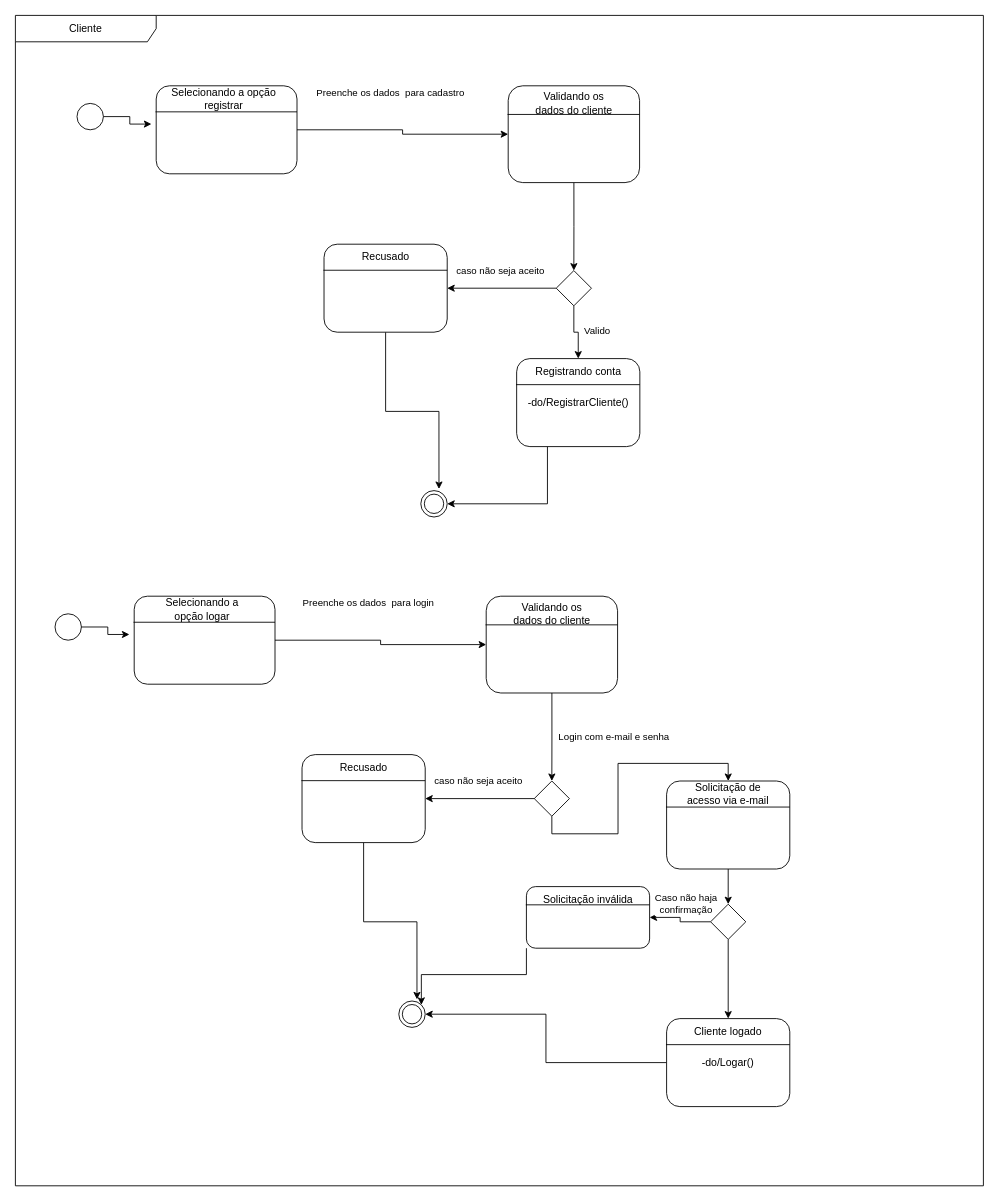
Before: Cliente.drawio in PedroAP2/Projeto-EngenhariaDaComputacao, a draw.io diagram. Source tidied: cells renumbered, new cells numbered last; positions are measured from the earlier drawing's top-left corner, leaving out a move shared by most shapes. Both pictures are drawn from the tidied source at 88%, with x=0, y=0 at pixel (15, 15).
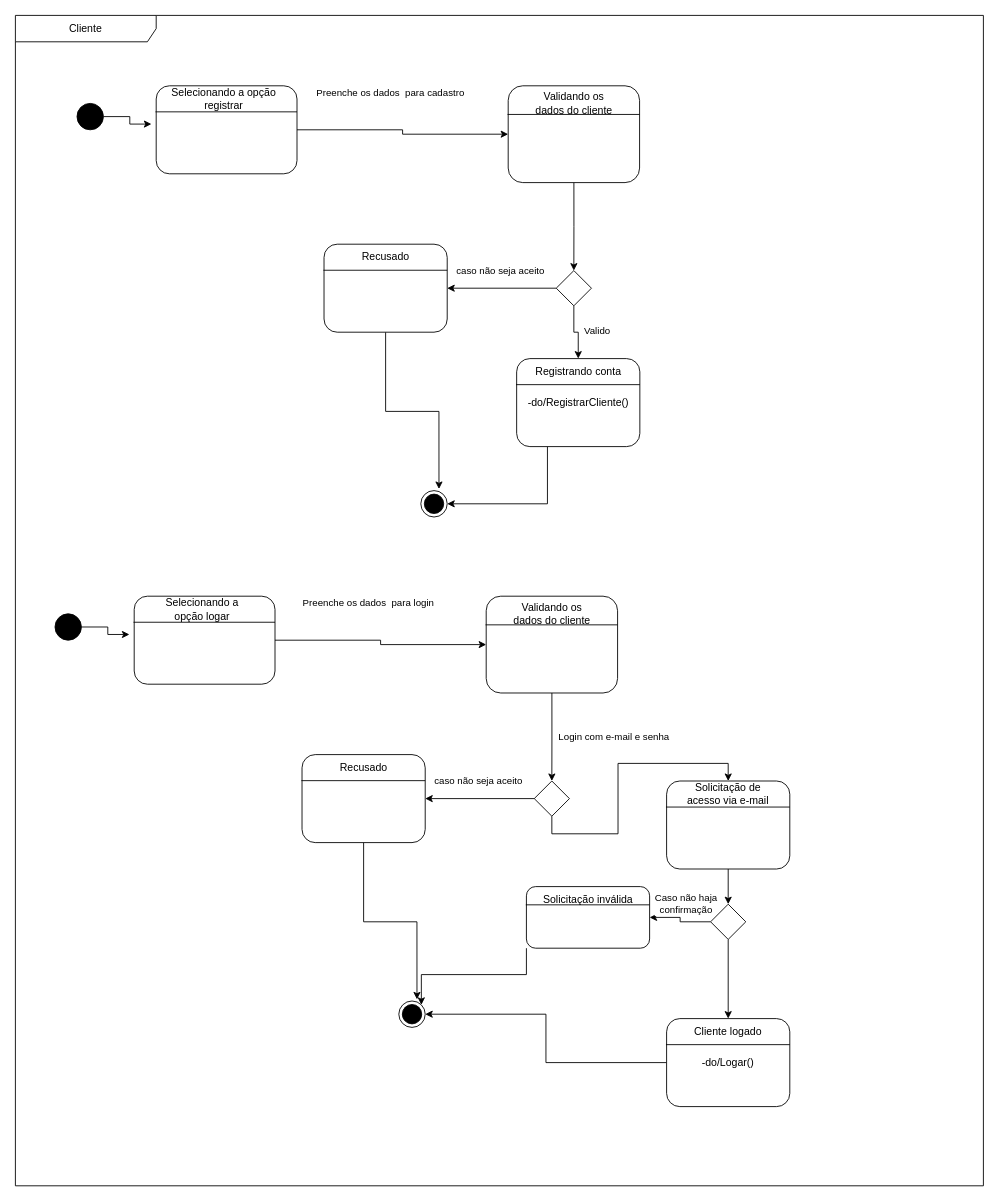
After the change.

The change refers to these unchanged cells:
```xml
<mxCell id="2" value="Cliente" style="shape=umlFrame;whiteSpace=wrap;html=1;width=160;" parent="1" vertex="1">
  <mxGeometry width="1100" height="1330" as="geometry" />
</mxCell>
```

Change to the diagram source:
```diff
@@
-    <mxCell id="3" style="ellipse;html=1;" parent="2" vertex="1">
+    <mxCell id="3" style="ellipse;html=1;fillColor=#000000;" parent="2" vertex="1">
       <mxGeometry x="70" y="100" width="30" height="30" as="geometry" />
     </mxCell>
@@
-    <mxCell id="8" style="ellipse;html=1;shape=endState;" parent="2" vertex="1">
+    <mxCell id="8" style="ellipse;html=1;shape=endState;fillColor=#000000;" parent="2" vertex="1">
       <mxGeometry x="460.7" y="540" width="30" height="30" as="geometry" />
     </mxCell>
@@
-    <mxCell id="24" style="ellipse;html=1;" parent="2" vertex="1">
+    <mxCell id="24" style="ellipse;html=1;fillColor=#000000;" parent="2" vertex="1">
       <mxGeometry x="45" y="680" width="30" height="30" as="geometry" />
     </mxCell>
@@
-    <mxCell id="28" style="ellipse;html=1;shape=endState;" parent="2" vertex="1">
+    <mxCell id="28" style="ellipse;html=1;shape=endState;fillColor=#000000;" parent="2" vertex="1">
       <mxGeometry x="435.7" y="1120" width="30" height="30" as="geometry" />
     </mxCell>
```
